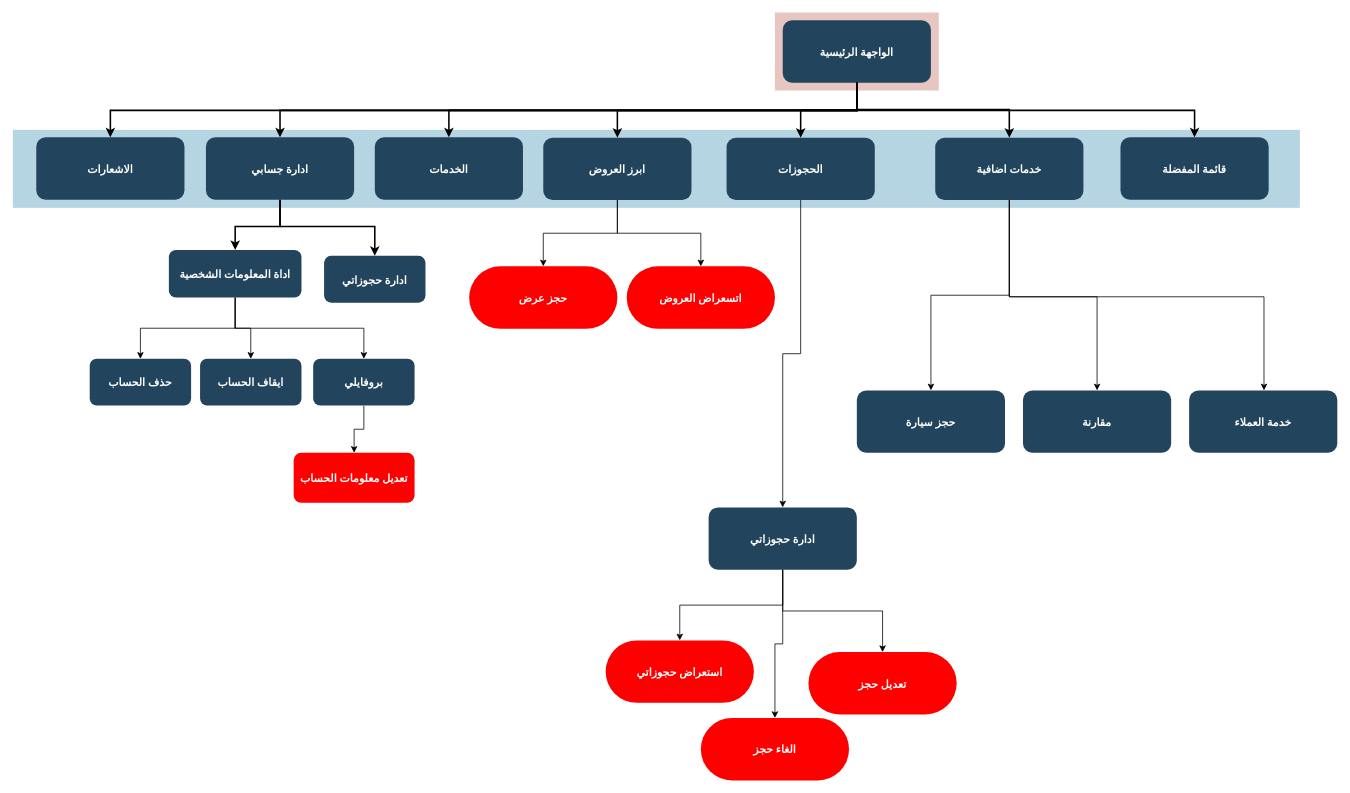
MahmoudAlali/WhatsApp-Web keeps this draw.io diagram as BeautyClientDiagram.drawio. Above is the earlier version. Source tidied: cells renumbered, new cells numbered last; positions are measured from the earlier drawing's top-left corner, leaving out a move shared by most shapes. Both pictures are drawn from the tidied source at 78%, with x=0, y=0 at pixel (12, 12).
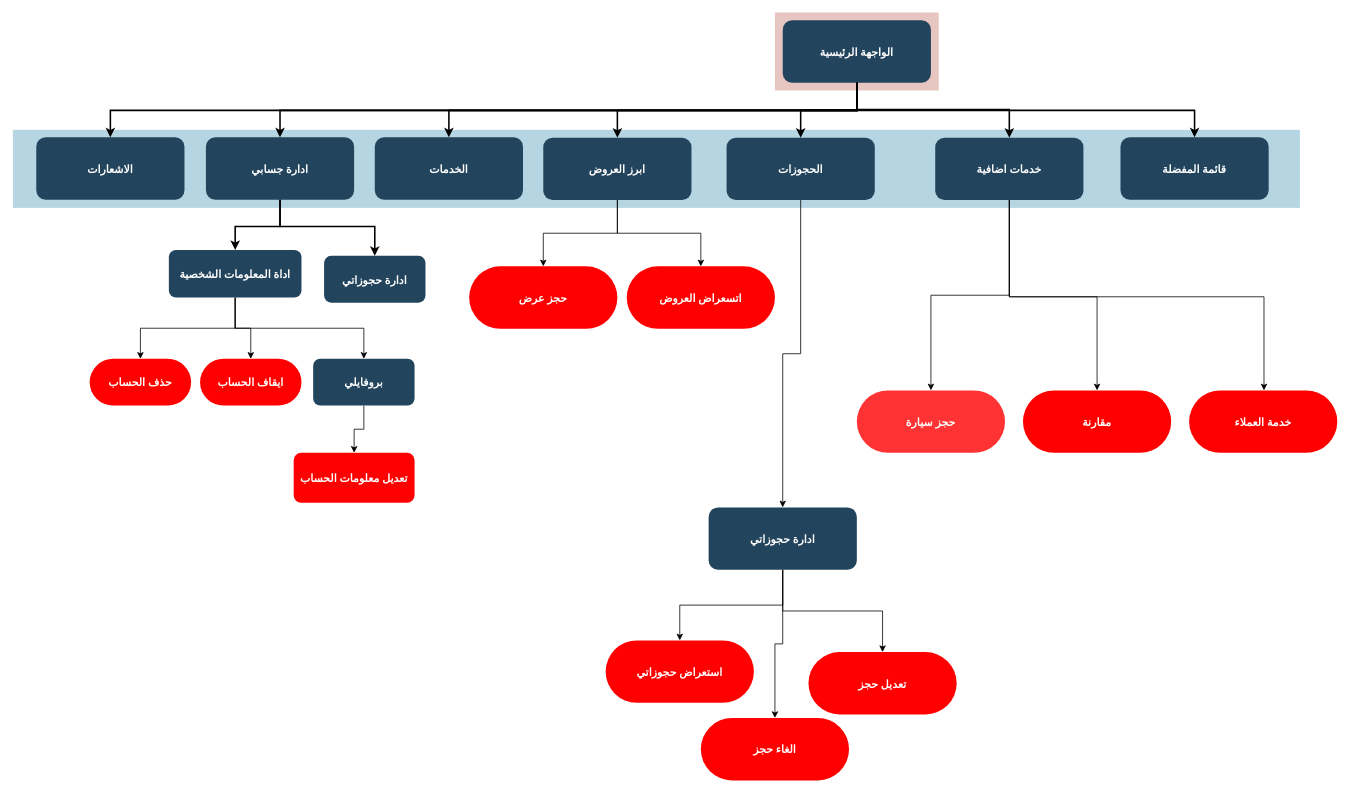
The same diagram, later.

Diff of the diagram source:
```diff
@@
-    <mxCell id="28" value="حذف الحساب" style="rounded=1;fillColor=#23445D;gradientColor=none;strokeColor=none;fontColor=#FFFFFF;fontStyle=1;fontFamily=Tahoma;fontSize=14;" parent="1" vertex="1">
+    <mxCell id="28" value="حذف الحساب" style="rounded=1;fillColor=#FF0000;gradientColor=none;strokeColor=none;fontColor=#FFFFFF;fontStyle=1;fontFamily=Tahoma;fontSize=14;arcSize=50;" parent="1" vertex="1">
       <mxGeometry x="98.5" y="443.5" width="130" height="60" as="geometry" />
     </mxCell>
-    <mxCell id="29" value="ايقاف الحساب" style="rounded=1;fillColor=#23445D;gradientColor=none;strokeColor=none;fontColor=#FFFFFF;fontStyle=1;fontFamily=Tahoma;fontSize=14;" parent="1" vertex="1">
+    <mxCell id="29" value="ايقاف الحساب" style="rounded=1;fillColor=#FF0000;gradientColor=none;strokeColor=none;fontColor=#FFFFFF;fontStyle=1;fontFamily=Tahoma;fontSize=14;arcSize=50;" parent="1" vertex="1">
       <mxGeometry x="240" y="443.5" width="130" height="60" as="geometry" />
     </mxCell>
@@
-    <mxCell id="39" value="حجز سيارة" style="rounded=1;fillColor=#23445D;gradientColor=none;strokeColor=none;fontColor=#FFFFFF;fontStyle=1;fontFamily=Tahoma;fontSize=14;" parent="1" vertex="1">
+    <mxCell id="39" value="حجز سيارة" style="rounded=1;fillColor=#FF3333;gradientColor=none;strokeColor=none;fontColor=#FFFFFF;fontStyle=1;fontFamily=Tahoma;fontSize=14;arcSize=50;" parent="1" vertex="1">
       <mxGeometry x="1082" y="484" width="190" height="80" as="geometry" />
     </mxCell>
@@
-    <mxCell id="42" value="مقارنة" style="rounded=1;fillColor=#23445D;gradientColor=none;strokeColor=none;fontColor=#FFFFFF;fontStyle=1;fontFamily=Tahoma;fontSize=14;" parent="1" vertex="1">
+    <mxCell id="42" value="مقارنة" style="rounded=1;fillColor=#FF0000;gradientColor=none;strokeColor=none;fontColor=#FFFFFF;fontStyle=1;fontFamily=Tahoma;fontSize=14;arcSize=50;" parent="1" vertex="1">
       <mxGeometry x="1295" y="484" width="190" height="80" as="geometry" />
     </mxCell>
-    <mxCell id="43" value="خدمة العملاء" style="rounded=1;fillColor=#23445D;gradientColor=none;strokeColor=none;fontColor=#FFFFFF;fontStyle=1;fontFamily=Tahoma;fontSize=14;" parent="1" vertex="1">
+    <mxCell id="43" value="خدمة العملاء" style="rounded=1;fillColor=#FF0000;gradientColor=none;strokeColor=none;fontColor=#FFFFFF;fontStyle=1;fontFamily=Tahoma;fontSize=14;arcSize=50;" parent="1" vertex="1">
       <mxGeometry x="1508" y="484" width="190" height="80" as="geometry" />
     </mxCell>
```
